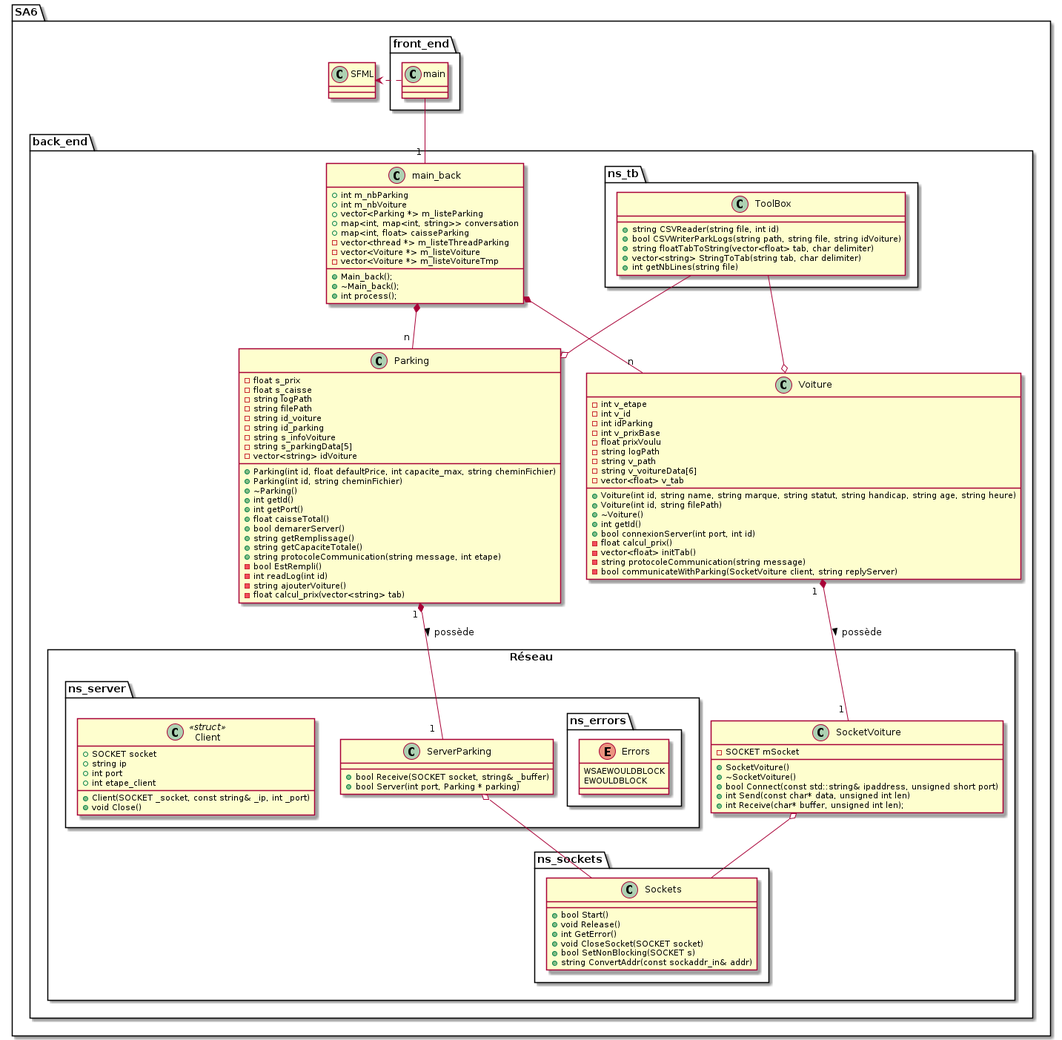
This is SA6/doc/SA6_uml.png from KevinFroissart/SA6_CarPark_AI, a PlantUML export, as it was before one commit.
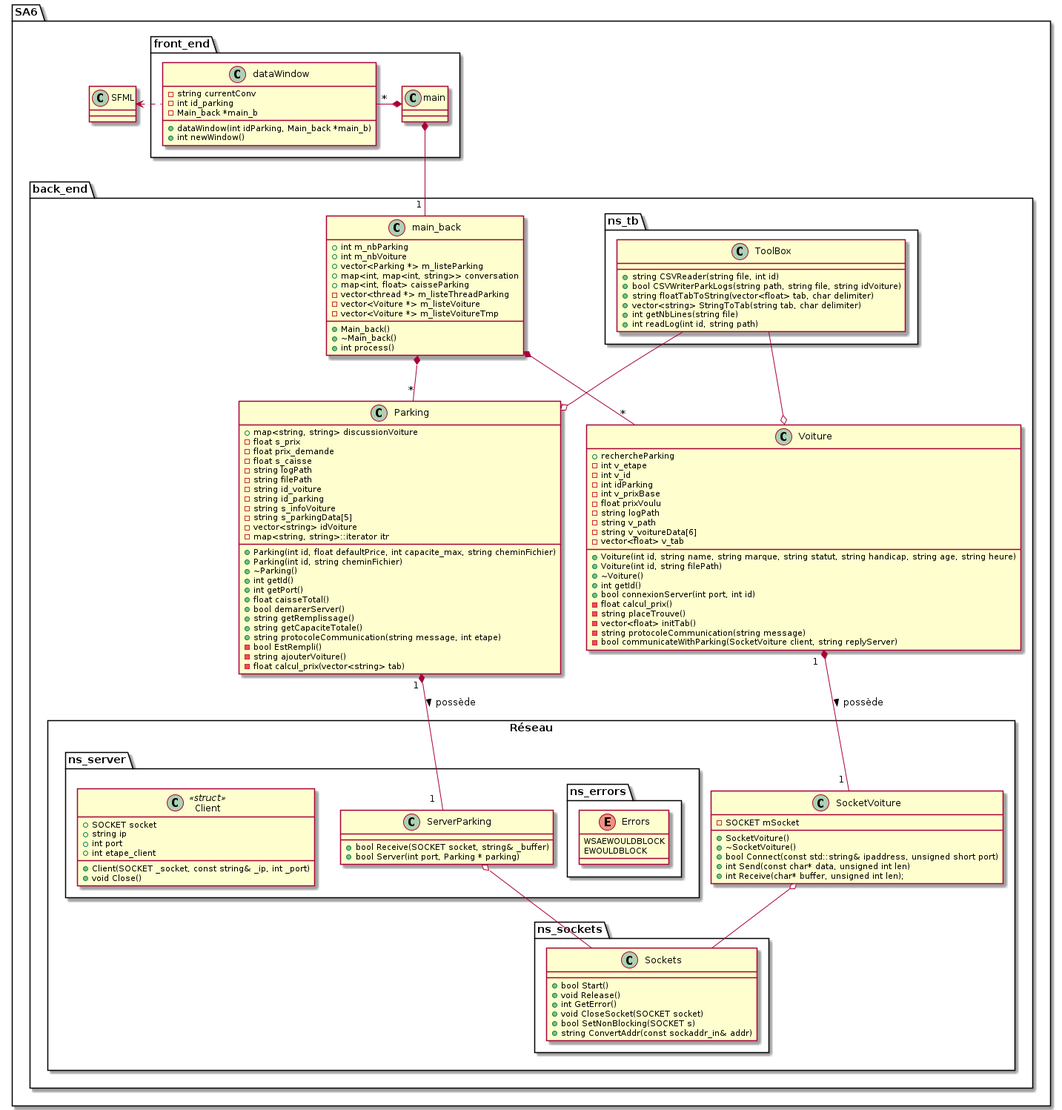
After the commit.

What changed in the source:
```diff
@@ -4,6 +4,14 @@
 
     package front_end {
         class main {}
+        class dataWindow {
+            - string currentConv
+            - int id_parking
+            - Main_back *main_b
+
+            + dataWindow(int idParking, Main_back *main_b)
+            + int newWindow()
+        }
     }
 
     class SFML {}
@@ -20,9 +28,9 @@
             - vector<Voiture *> m_listeVoiture
             - vector<Voiture *> m_listeVoitureTmp
 
-            + Main_back();
-            + ~Main_back();
-            + int process();
+            + Main_back()
+            + ~Main_back()
+            + int process()
         }
 
         package ns_tb {
@@ -32,11 +40,15 @@
                 + string floatTabToString(vector<float> tab, char delimiter)
                 + vector<string> StringToTab(string tab, char delimiter)
                 + int getNbLines(string file)
+                + int readLog(int id, string path)
+
             }
         }
 
         class Parking {
+            + map<string, string> discussionVoiture
             - float s_prix
+            - float prix_demande
             - float s_caisse
             - string logPath
             - string filePath
@@ -45,6 +57,7 @@
             - string s_infoVoiture
             - string s_parkingData[5]
             - vector<string> idVoiture
+            - map<string, string>::iterator itr
 
             + Parking(int id, float defaultPrice, int capacite_max, string cheminFichier)
             + Parking(int id, string cheminFichier)
@@ -57,12 +70,12 @@
             + string getCapaciteTotale()
             + string protocoleCommunication(string message, int etape)
             - bool EstRempli()
-            - int readLog(int id)
             - string ajouterVoiture()
             - float calcul_prix(vector<string> tab)
         }
 
         Class Voiture {
+            + rechercheParking
             - int v_etape
             - int v_id
             - int idParking
@@ -79,6 +92,7 @@
             + int getId()
             + bool connexionServer(int port, int id)
             - float calcul_prix()
+            - string placeTrouve()
             - vector<float> initTab()
             - string protocoleCommunication(string message)
             - bool communicateWithParking(SocketVoiture client, string replyServer)
@@ -136,11 +150,13 @@
     }
 }
 
-main .right.> SFML
-main -down-  "1 " main_back
+dataWindow .left.> SFML
 
-main_back *-- "n" Voiture
-main_back *-- "n " Parking
+main *-left- "*" dataWindow
+main *-down-  "1 " main_back
+
+main_back *-- "*" Voiture
+main_back *-- "*" Parking
 
 ToolBox --o Voiture
 ToolBox --o Parking
```
